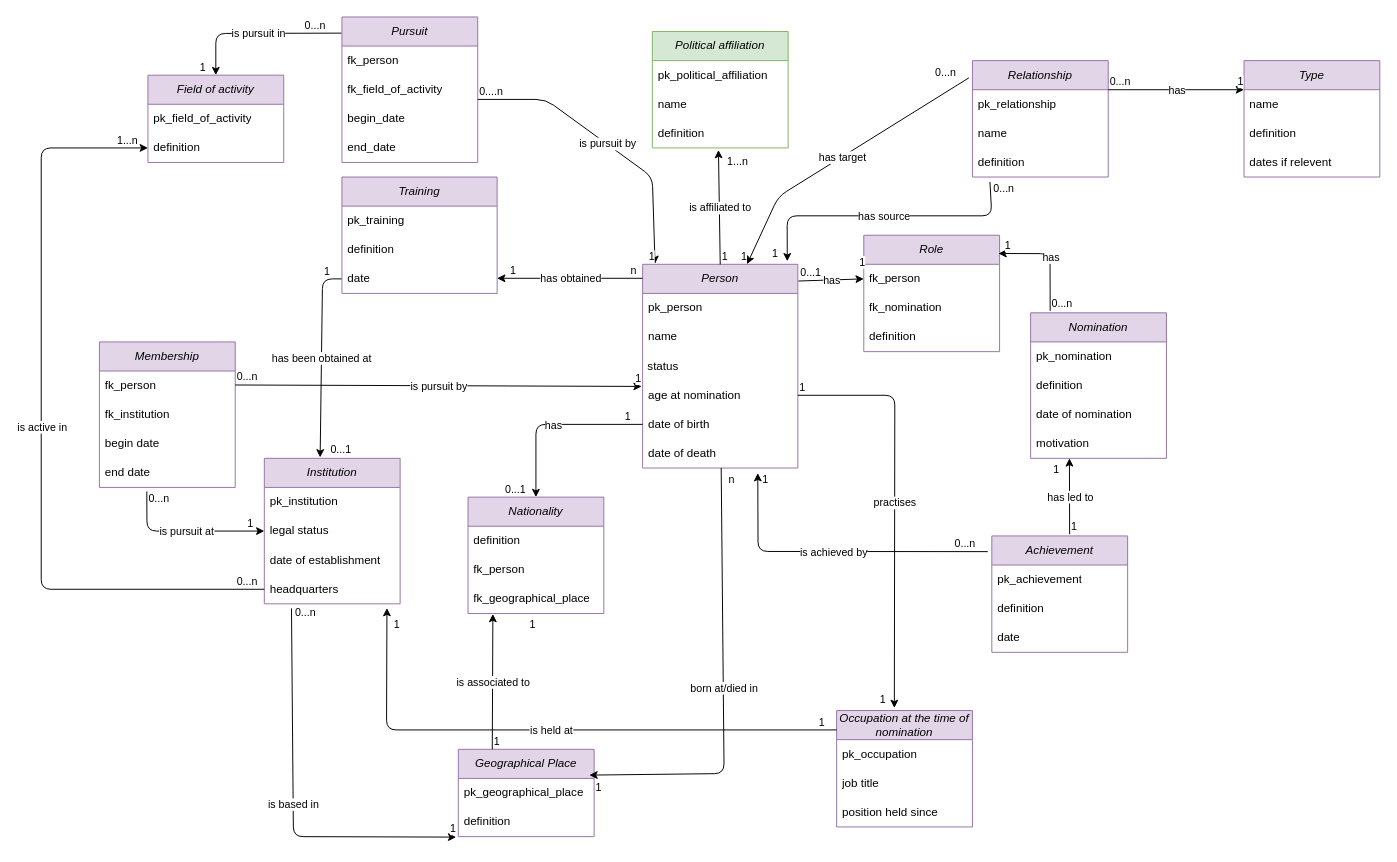
cattina2/nobel_peace_prize keeps this draw.io diagram as Documentation/MCD_to_database_nobel_prize.drawio. Above is the earlier version. Source tidied: cells renumbered, new cells numbered last; positions are measured from the earlier drawing's top-left corner, leaving out a move shared by most shapes. Both pictures are drawn from the tidied source at 97%, with x=0, y=0 at pixel (41, 16).
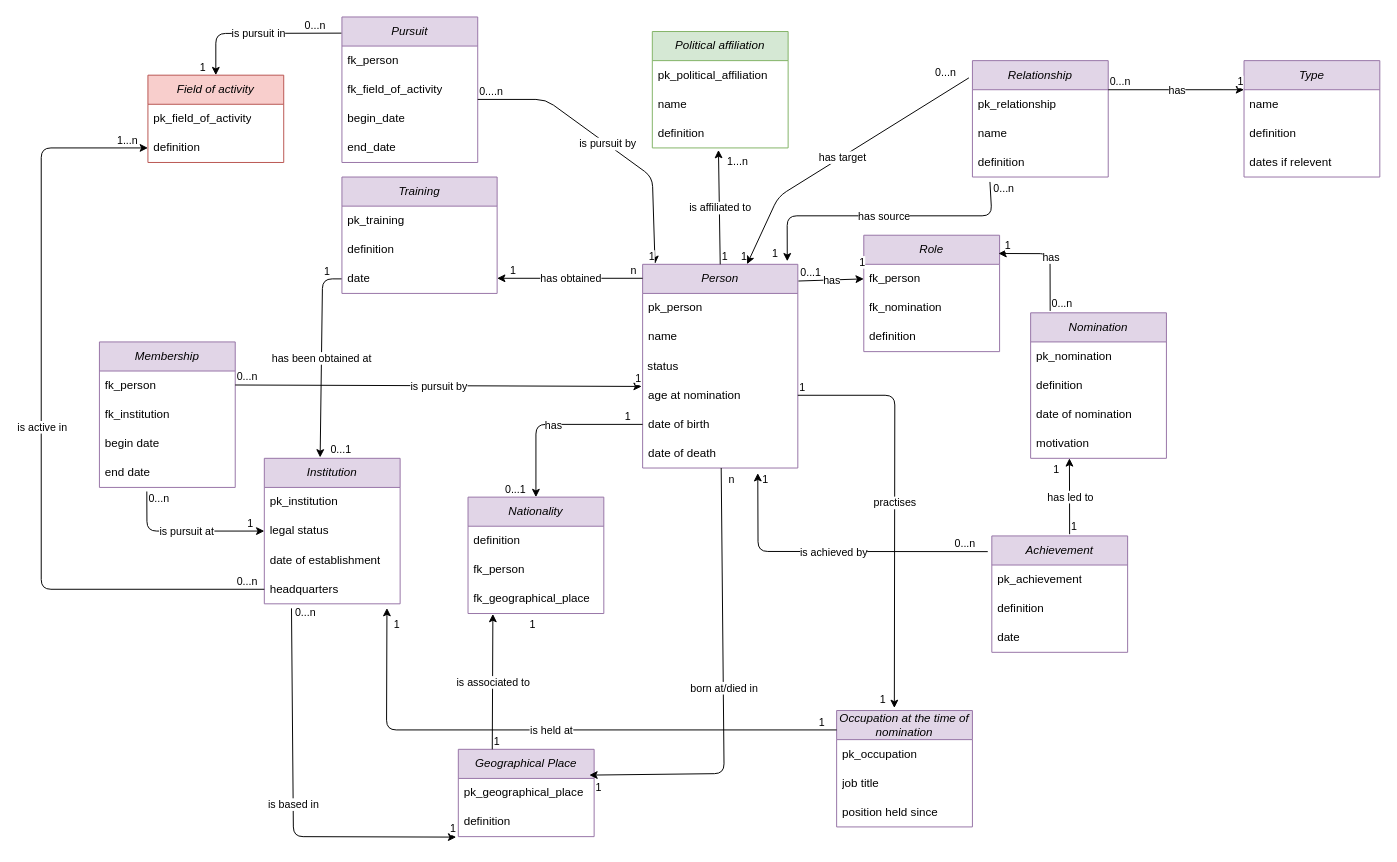
The same page after the edit.

What changed in the source:
```diff
@@
-    <mxCell id="26" value="Field of activity" style="swimlane;fontStyle=2;horizontal=1;startSize=30;whiteSpace=wrap;html=1;fillColor=#e1d5e7;strokeColor=#9673a6;" parent="1" vertex="1">
+    <mxCell id="26" value="Field of activity" style="swimlane;fontStyle=2;horizontal=1;startSize=30;whiteSpace=wrap;html=1;fillColor=#f8cecc;strokeColor=#b85450;" parent="1" vertex="1">
       <mxGeometry x="110" y="60" width="140" height="90" as="geometry" />
     </mxCell>
```
